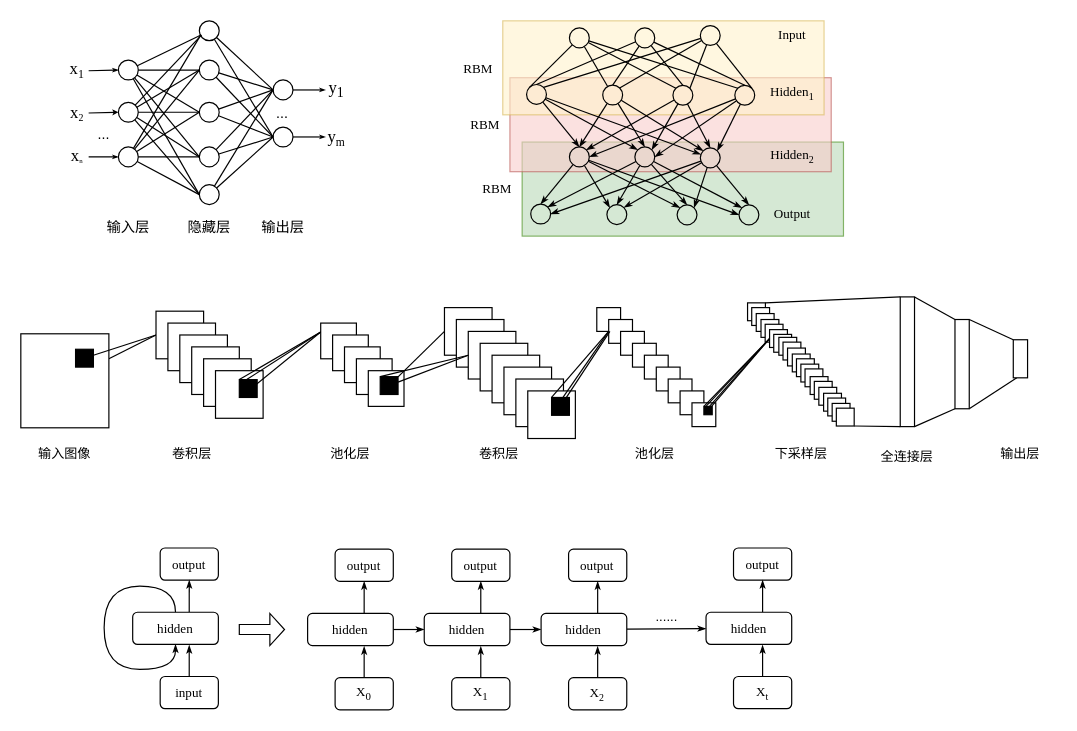
This is page "第 10 页" (10 of 10) of 故障诊断流程图.drawio from GPlaying/brain_map, a draw.io file, before an edit. Source tidied: cells renumbered, new cells numbered last; positions are measured from the earlier drawing's top-left corner, leaving out a move shared by most shapes. Both pictures are drawn from the tidied source at 119%, with x=0, y=0 at pixel (20, 20).
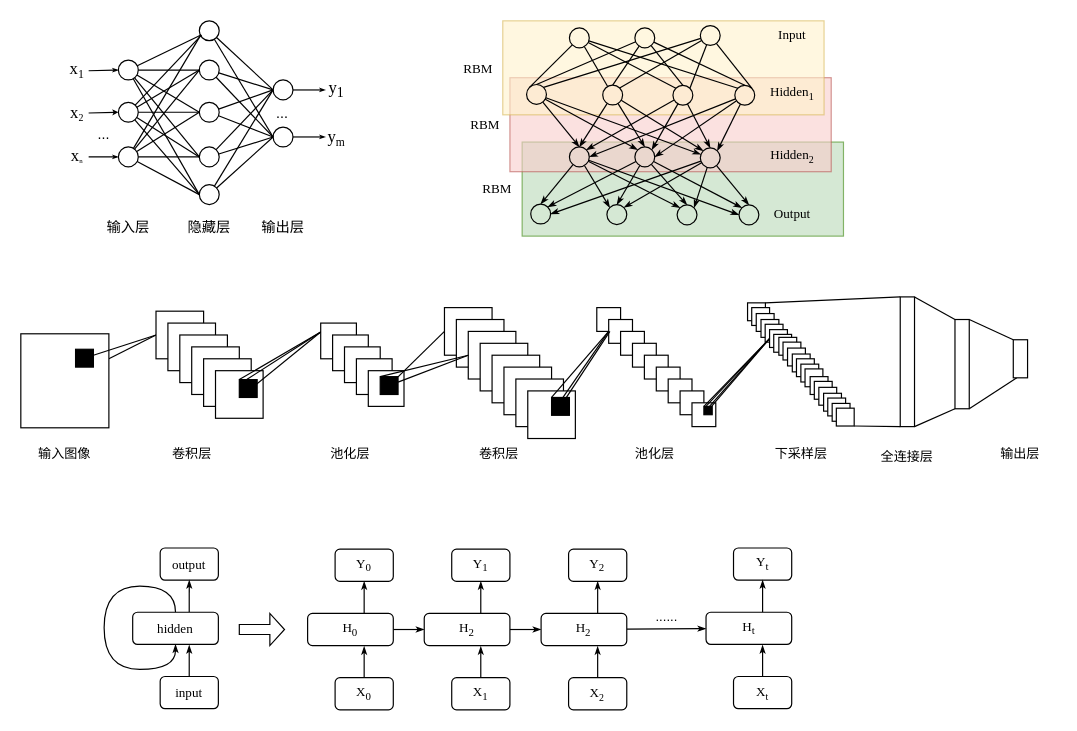
After the change.

Commit message (it also covers changes not shown here):
更新故障诊断流程图.drawio

The edit, as a diff of the source:
```diff
@@
-    <mxCell id="207" value="&lt;font face=&quot;Times New Roman&quot;&gt;output&lt;/font&gt;" style="rounded=1;whiteSpace=wrap;html=1;fontFamily=Helvetica;fontSize=11;fontColor=default;" parent="1" vertex="1">
+    <mxCell id="207" value="&lt;font face=&quot;Times New Roman&quot;&gt;Y&lt;sub&gt;0&lt;/sub&gt;&lt;/font&gt;" style="rounded=1;whiteSpace=wrap;html=1;fontFamily=Helvetica;fontSize=11;fontColor=default;" parent="1" vertex="1">
       <mxGeometry x="264.1" y="444" width="48.9" height="27" as="geometry" />
     </mxCell>
@@
-    <mxCell id="210" value="&lt;font face=&quot;Times New Roman&quot;&gt;hidden&lt;/font&gt;" style="rounded=1;whiteSpace=wrap;html=1;fontFamily=Helvetica;fontSize=11;fontColor=default;" parent="1" vertex="1">
+    <mxCell id="210" value="&lt;font face=&quot;Times New Roman&quot;&gt;H&lt;sub&gt;0&lt;/sub&gt;&lt;/font&gt;" style="rounded=1;whiteSpace=wrap;html=1;fontFamily=Helvetica;fontSize=11;fontColor=default;" parent="1" vertex="1">
       <mxGeometry x="241" y="498" width="72" height="27" as="geometry" />
     </mxCell>
@@
-    <mxCell id="213" value="&lt;font face=&quot;Times New Roman&quot;&gt;output&lt;/font&gt;" style="rounded=1;whiteSpace=wrap;html=1;fontFamily=Helvetica;fontSize=11;fontColor=default;" parent="1" vertex="1">
+    <mxCell id="213" value="&lt;font face=&quot;Times New Roman&quot;&gt;Y&lt;sub&gt;1&lt;/sub&gt;&lt;/font&gt;" style="rounded=1;whiteSpace=wrap;html=1;fontFamily=Helvetica;fontSize=11;fontColor=default;" parent="1" vertex="1">
       <mxGeometry x="362.1" y="444" width="48.9" height="27" as="geometry" />
     </mxCell>
@@
-    <mxCell id="216" value="&lt;font face=&quot;Times New Roman&quot;&gt;hidden&lt;/font&gt;" style="rounded=1;whiteSpace=wrap;html=1;fontFamily=Helvetica;fontSize=11;fontColor=default;" parent="1" vertex="1">
+    <mxCell id="216" value="&lt;font face=&quot;Times New Roman&quot;&gt;H&lt;sub&gt;2&lt;/sub&gt;&lt;/font&gt;" style="rounded=1;whiteSpace=wrap;html=1;fontFamily=Helvetica;fontSize=11;fontColor=default;" parent="1" vertex="1">
       <mxGeometry x="339" y="498" width="72" height="27" as="geometry" />
     </mxCell>
@@
-    <mxCell id="219" value="&lt;font face=&quot;Times New Roman&quot;&gt;output&lt;/font&gt;" style="rounded=1;whiteSpace=wrap;html=1;fontFamily=Helvetica;fontSize=11;fontColor=default;" parent="1" vertex="1">
+    <mxCell id="219" value="&lt;font face=&quot;Times New Roman&quot;&gt;Y&lt;sub&gt;2&lt;/sub&gt;&lt;/font&gt;" style="rounded=1;whiteSpace=wrap;html=1;fontFamily=Helvetica;fontSize=11;fontColor=default;" parent="1" vertex="1">
       <mxGeometry x="460.3" y="444" width="48.9" height="27" as="geometry" />
     </mxCell>
@@
-    <mxCell id="222" value="&lt;font face=&quot;Times New Roman&quot;&gt;hidden&lt;/font&gt;" style="rounded=1;whiteSpace=wrap;html=1;fontFamily=Helvetica;fontSize=11;fontColor=default;" parent="1" vertex="1">
+    <mxCell id="222" value="&lt;font face=&quot;Times New Roman&quot;&gt;H&lt;sub&gt;2&lt;/sub&gt;&lt;/font&gt;" style="rounded=1;whiteSpace=wrap;html=1;fontFamily=Helvetica;fontSize=11;fontColor=default;" parent="1" vertex="1">
       <mxGeometry x="437.2" y="498" width="72" height="27" as="geometry" />
     </mxCell>
@@
-    <mxCell id="225" value="&lt;font face=&quot;Times New Roman&quot;&gt;output&lt;/font&gt;" style="rounded=1;whiteSpace=wrap;html=1;fontFamily=Helvetica;fontSize=11;fontColor=default;" parent="1" vertex="1">
+    <mxCell id="225" value="&lt;font face=&quot;Times New Roman&quot;&gt;Y&lt;sub&gt;t&lt;/sub&gt;&lt;/font&gt;" style="rounded=1;whiteSpace=wrap;html=1;fontFamily=Helvetica;fontSize=11;fontColor=default;" parent="1" vertex="1">
       <mxGeometry x="598.9" y="443" width="48.9" height="27" as="geometry" />
     </mxCell>
@@
-    <mxCell id="227" value="&lt;font face=&quot;Times New Roman&quot;&gt;hidden&lt;/font&gt;" style="rounded=1;whiteSpace=wrap;html=1;fontFamily=Helvetica;fontSize=11;fontColor=default;" parent="1" vertex="1">
+    <mxCell id="227" value="&lt;font face=&quot;Times New Roman&quot;&gt;H&lt;sub&gt;t&lt;/sub&gt;&lt;/font&gt;" style="rounded=1;whiteSpace=wrap;html=1;fontFamily=Helvetica;fontSize=11;fontColor=default;" parent="1" vertex="1">
       <mxGeometry x="575.8" y="497" width="72" height="27" as="geometry" />
     </mxCell>
```
